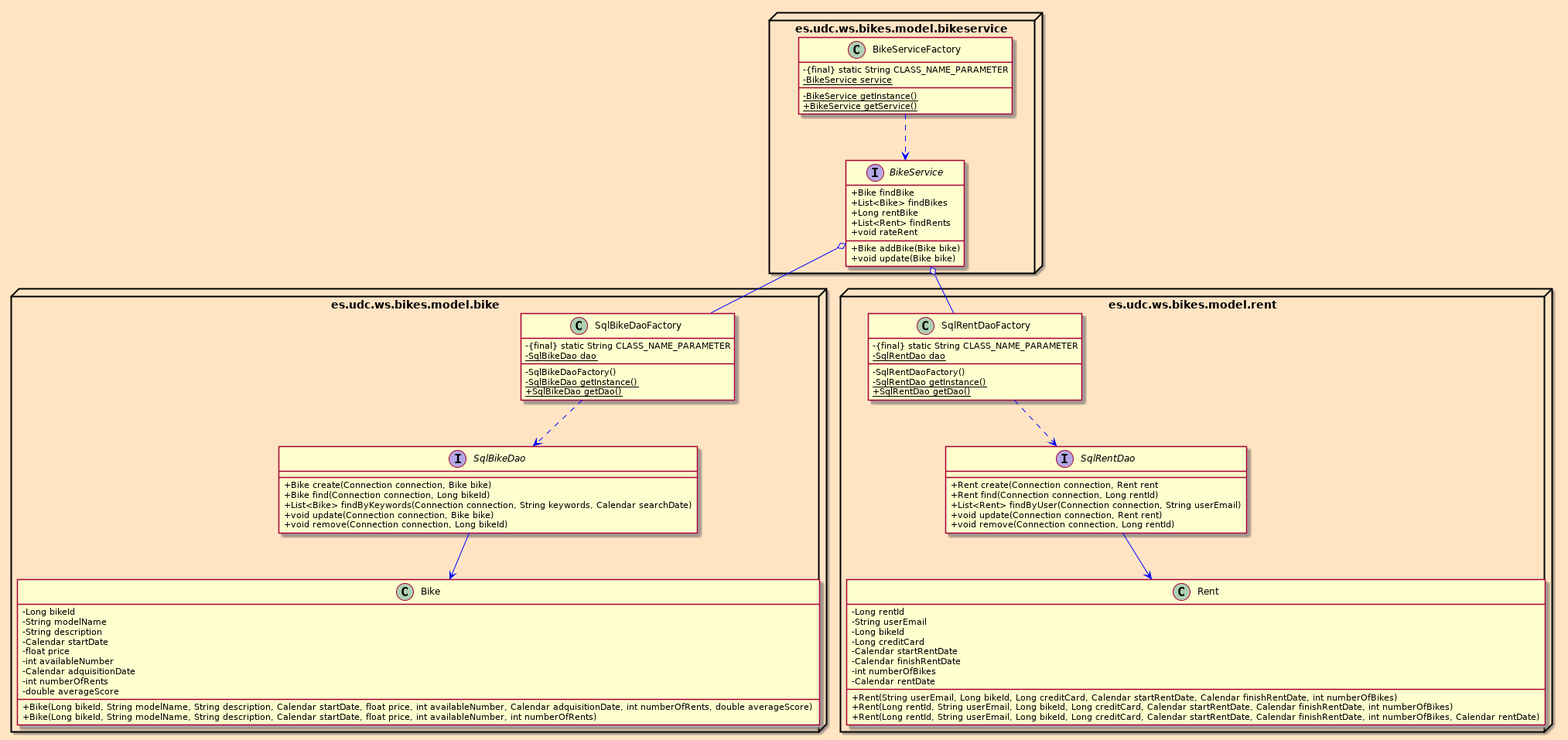
Before: doc/DiagramUML.png, a diagram exported from PlantUML (zenoma/ecommerce-bikes).
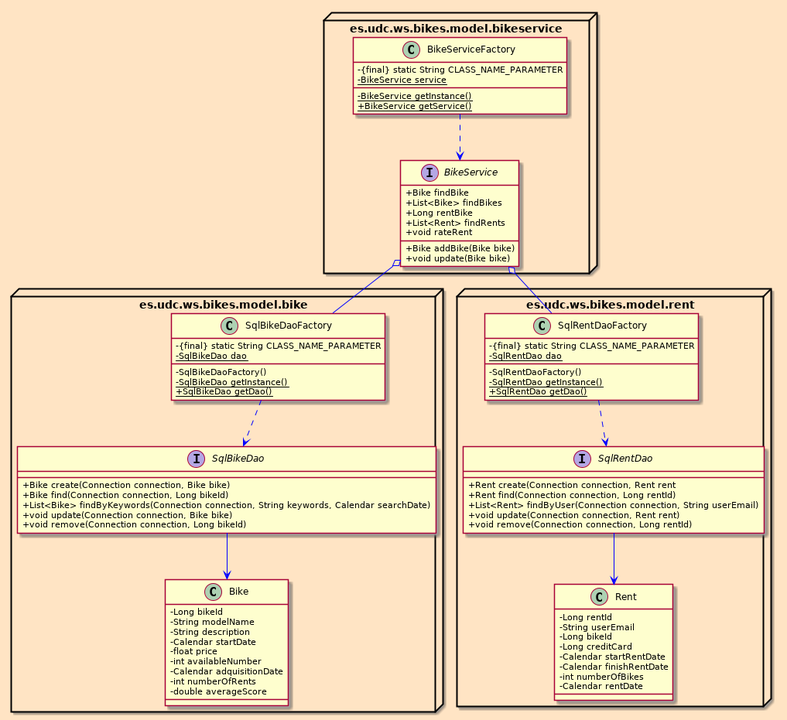
Above is the later version.

Commit message:
Modificar UML

Diff of the diagram source:
```diff
@@ -22,9 +22,6 @@
   		- Calendar adquisitionDate
   		- int numberOfRents
   		- double averageScore
-
-  		+ Bike(Long bikeId, String modelName, String description, Calendar startDate, float price, int availableNumber, Calendar adquisitionDate, int numberOfRents, double averageScore)
-  		+ Bike(Long bikeId, String modelName, String description, Calendar startDate, float price, int availableNumber, int numberOfRents)
 	}
 
 	interface SqlBikeDao {
@@ -59,10 +56,6 @@
   		- Calendar finishRentDate
   		- int numberOfBikes
   		- Calendar rentDate
-
-  		+ Rent(String userEmail, Long bikeId, Long creditCard, Calendar startRentDate, Calendar finishRentDate, int numberOfBikes)
-		+ Rent(Long rentId, String userEmail, Long bikeId, Long creditCard, Calendar startRentDate, Calendar finishRentDate, int numberOfBikes)
-  		+ Rent(Long rentId, String userEmail, Long bikeId, Long creditCard, Calendar startRentDate, Calendar finishRentDate, int numberOfBikes, Calendar rentDate)
 	}
 
 	interface SqlRentDao {
```
